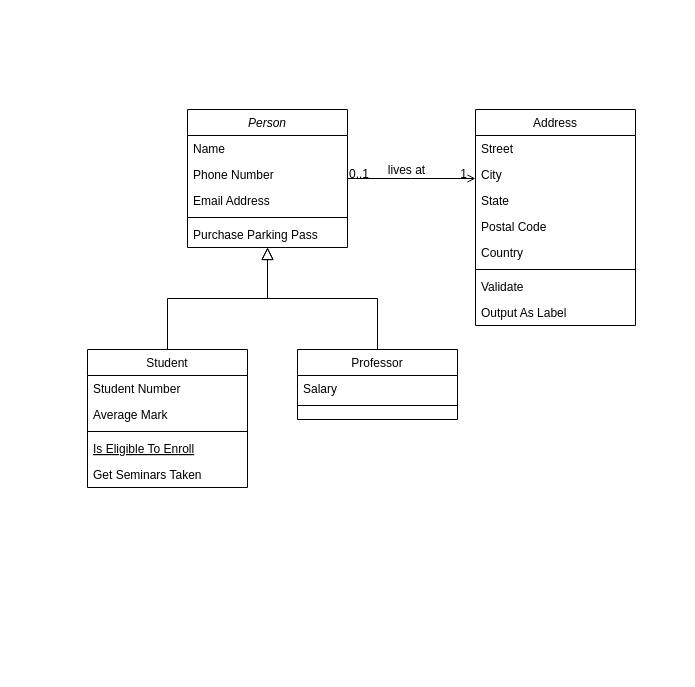
The draw.io diagram door.drawio in Plnkter/useless-bot, before the edit. Source tidied: cells renumbered, new cells numbered last; positions are measured from the earlier drawing's top-left corner, leaving out a move shared by most shapes. Both pictures are drawn from the tidied source at 100%, with x=0, y=0 at pixel (87, 109).
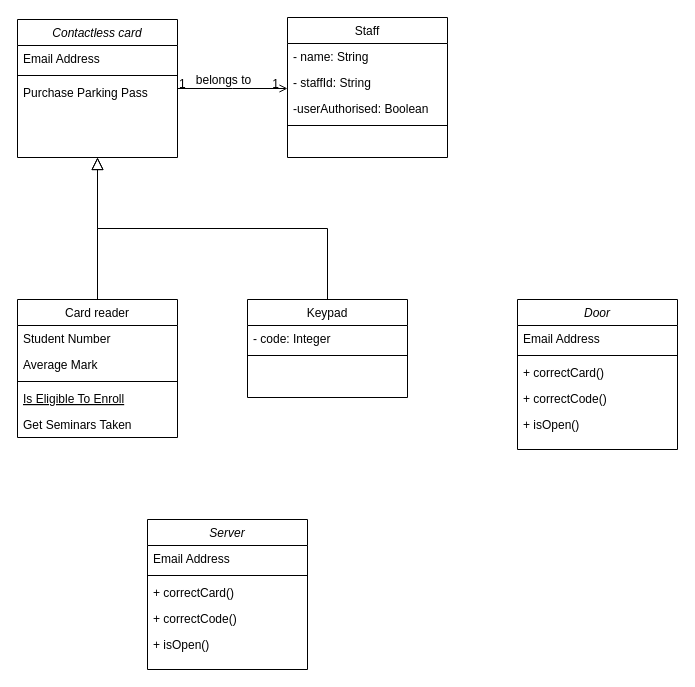
The same diagram, later.

Unchanged cells that the change refers to:
```xml
<mxCell id="28" style="endArrow=open;shadow=0;strokeWidth=1;rounded=0;endFill=1;edgeStyle=elbowEdgeStyle;elbow=vertical;" parent="1" edge="1" source="2" target="19">
  <mxGeometry x="0.5" y="41" relative="1" as="geometry">
    <mxPoint x="-40" y="32" as="offset" />
  </mxGeometry>
</mxCell>
```

What changed in the source:
```diff
@@
-    <mxCell id="2" value="Person" style="swimlane;fontStyle=2;align=center;verticalAlign=top;horizontal=1;startSize=26;rounded=0;shadow=0;strokeWidth=1;" parent="1" vertex="1">
-      <mxGeometry x="100" width="160" height="138" as="geometry" />
+    <mxCell id="2" value="Contactless card" style="swimlane;fontStyle=2;align=center;verticalAlign=top;horizontal=1;startSize=26;rounded=0;shadow=0;strokeWidth=1;" parent="1" vertex="1">
+      <mxGeometry x="-70" y="-90" width="160" height="138" as="geometry" />
     </mxCell>
-    <mxCell id="3" value="Name" style="text;align=left;verticalAlign=top;spacingLeft=4;spacingRight=4;overflow=hidden;" parent="2" vertex="1">
-      <mxGeometry y="26" width="160" height="26" as="geometry" />
-    </mxCell>
-    <mxCell id="4" value="Phone Number" style="text;align=left;verticalAlign=top;spacingLeft=4;spacingRight=4;overflow=hidden;rounded=0;shadow=0;html=0;" parent="2" vertex="1">
-      <mxGeometry y="52" width="160" height="26" as="geometry" />
-    </mxCell>
     <mxCell id="5" value="Email Address" style="text;align=left;verticalAlign=top;spacingLeft=4;spacingRight=4;overflow=hidden;rounded=0;shadow=0;html=0;" parent="2" vertex="1">
-      <mxGeometry y="78" width="160" height="26" as="geometry" />
+      <mxGeometry y="26" width="160" height="26" as="geometry" />
     </mxCell>
     <mxCell id="6" style="line;html=1;strokeWidth=1;align=left;verticalAlign=middle;spacingTop=-1;spacingLeft=3;spacingRight=3;labelPosition=right;" parent="2" vertex="1">
-      <mxGeometry y="104" width="160" height="8" as="geometry" />
+      <mxGeometry y="52" width="160" height="8" as="geometry" />
     </mxCell>
     <mxCell id="7" value="Purchase Parking Pass" style="text;align=left;verticalAlign=top;spacingLeft=4;spacingRight=4;overflow=hidden;" parent="2" vertex="1">
-      <mxGeometry y="112" width="160" height="26" as="geometry" />
+      <mxGeometry y="60" width="160" height="26" as="geometry" />
     </mxCell>
-    <mxCell id="8" value="Student" style="swimlane;fontStyle=0;align=center;verticalAlign=top;horizontal=1;startSize=26;rounded=0;shadow=0;strokeWidth=1;" parent="1" vertex="1">
-      <mxGeometry y="240" width="160" height="138" as="geometry" />
+    <mxCell id="8" value="Card reader" style="swimlane;fontStyle=0;align=center;verticalAlign=top;horizontal=1;startSize=26;rounded=0;shadow=0;strokeWidth=1;" parent="1" vertex="1">
+      <mxGeometry x="-70" y="190" width="160" height="138" as="geometry" />
     </mxCell>
@@
-    <mxCell id="15" value="Professor" style="swimlane;fontStyle=0;align=center;verticalAlign=top;horizontal=1;startSize=26;rounded=0;shadow=0;strokeWidth=1;" parent="1" vertex="1">
-      <mxGeometry x="210" y="240" width="160" height="70" as="geometry" />
+    <mxCell id="15" value="Keypad" style="swimlane;fontStyle=0;align=center;verticalAlign=top;horizontal=1;startSize=26;rounded=0;shadow=0;strokeWidth=1;" parent="1" vertex="1">
+      <mxGeometry x="160" y="190" width="160" height="98" as="geometry" />
     </mxCell>
-    <mxCell id="16" value="Salary" style="text;align=left;verticalAlign=top;spacingLeft=4;spacingRight=4;overflow=hidden;" parent="15" vertex="1">
+    <mxCell id="16" value="- code: Integer" style="text;align=left;verticalAlign=top;spacingLeft=4;spacingRight=4;overflow=hidden;" parent="15" vertex="1">
       <mxGeometry y="26" width="160" height="26" as="geometry" />
     </mxCell>
@@
-    <mxCell id="19" value="Address" style="swimlane;fontStyle=0;align=center;verticalAlign=top;horizontal=1;startSize=26;rounded=0;shadow=0;strokeWidth=1;" parent="1" vertex="1">
-      <mxGeometry x="388" width="160" height="216" as="geometry" />
+    <mxCell id="19" value="Staff" style="swimlane;fontStyle=0;align=center;verticalAlign=top;horizontal=1;startSize=26;rounded=0;shadow=0;strokeWidth=1;" parent="1" vertex="1">
+      <mxGeometry x="200" y="-92" width="160" height="140" as="geometry" />
     </mxCell>
-    <mxCell id="20" value="Street" style="text;align=left;verticalAlign=top;spacingLeft=4;spacingRight=4;overflow=hidden;" parent="19" vertex="1">
+    <mxCell id="20" value="- name: String" style="text;align=left;verticalAlign=top;spacingLeft=4;spacingRight=4;overflow=hidden;" parent="19" vertex="1">
       <mxGeometry y="26" width="160" height="26" as="geometry" />
     </mxCell>
-    <mxCell id="21" value="City" style="text;align=left;verticalAlign=top;spacingLeft=4;spacingRight=4;overflow=hidden;rounded=0;shadow=0;html=0;" parent="19" vertex="1">
+    <mxCell id="21" value="- staffId: String" style="text;align=left;verticalAlign=top;spacingLeft=4;spacingRight=4;overflow=hidden;rounded=0;shadow=0;html=0;" parent="19" vertex="1">
       <mxGeometry y="52" width="160" height="26" as="geometry" />
     </mxCell>
-    <mxCell id="22" value="State" style="text;align=left;verticalAlign=top;spacingLeft=4;spacingRight=4;overflow=hidden;rounded=0;shadow=0;html=0;" parent="19" vertex="1">
+    <mxCell id="22" value="-userAuthorised: Boolean" style="text;align=left;verticalAlign=top;spacingLeft=4;spacingRight=4;overflow=hidden;rounded=0;shadow=0;html=0;" parent="19" vertex="1">
       <mxGeometry y="78" width="160" height="26" as="geometry" />
     </mxCell>
-    <mxCell id="23" value="Postal Code" style="text;align=left;verticalAlign=top;spacingLeft=4;spacingRight=4;overflow=hidden;rounded=0;shadow=0;html=0;" parent="19" vertex="1">
-      <mxGeometry y="104" width="160" height="26" as="geometry" />
-    </mxCell>
-    <mxCell id="24" value="Country" style="text;align=left;verticalAlign=top;spacingLeft=4;spacingRight=4;overflow=hidden;rounded=0;shadow=0;html=0;" parent="19" vertex="1">
-      <mxGeometry y="130" width="160" height="26" as="geometry" />
-    </mxCell>
     <mxCell id="25" style="line;html=1;strokeWidth=1;align=left;verticalAlign=middle;spacingTop=-1;spacingLeft=3;spacingRight=3;labelPosition=right;" parent="19" vertex="1">
-      <mxGeometry y="156" width="160" height="8" as="geometry" />
+      <mxGeometry y="104" width="160" height="8" as="geometry" />
     </mxCell>
-    <mxCell id="26" value="Validate" style="text;align=left;verticalAlign=top;spacingLeft=4;spacingRight=4;overflow=hidden;" parent="19" vertex="1">
-      <mxGeometry y="164" width="160" height="26" as="geometry" />
-    </mxCell>
-    <mxCell id="27" value="Output As Label" style="text;align=left;verticalAlign=top;spacingLeft=4;spacingRight=4;overflow=hidden;" parent="19" vertex="1">
-      <mxGeometry y="190" width="160" height="26" as="geometry" />
-    </mxCell>
@@
-    <mxCell id="29" value="0..1" style="align=left;verticalAlign=bottom;labelBackgroundColor=none;fontSize=12;" parent="28" vertex="1">
+    <mxCell id="29" value="1" style="align=left;verticalAlign=bottom;labelBackgroundColor=none;fontSize=12;" parent="28" vertex="1">
       <mxGeometry x="-1" relative="1" as="geometry">
         <mxPoint y="4" as="offset" />
       </mxGeometry>
     </mxCell>
@@
-    <mxCell id="31" value="lives at" style="text;html=1;align=center;verticalAlign=middle;labelBackgroundColor=none;rounded=0;shadow=0;strokeWidth=1;fontSize=12;" parent="28" vertex="1">
+    <mxCell id="31" value="belongs to" style="text;html=1;align=center;verticalAlign=middle;labelBackgroundColor=none;rounded=0;shadow=0;strokeWidth=1;fontSize=12;" parent="28" vertex="1">
       <mxGeometry x="0.5" y="49" relative="1" as="geometry">
         <mxPoint x="-38" y="40" as="offset" />
       </mxGeometry>
     </mxCell>
+    <mxCell id="32" value="Door" style="swimlane;fontStyle=2;align=center;verticalAlign=top;horizontal=1;startSize=26;rounded=0;shadow=0;strokeWidth=1;" parent="1" vertex="1">
+      <mxGeometry x="430" y="190" width="160" height="150" as="geometry" />
+    </mxCell>
+    <mxCell id="33" value="Email Address" style="text;align=left;verticalAlign=top;spacingLeft=4;spacingRight=4;overflow=hidden;rounded=0;shadow=0;html=0;" parent="32" vertex="1">
+      <mxGeometry y="26" width="160" height="26" as="geometry" />
+    </mxCell>
+    <mxCell id="34" style="line;html=1;strokeWidth=1;align=left;verticalAlign=middle;spacingTop=-1;spacingLeft=3;spacingRight=3;labelPosition=right;" parent="32" vertex="1">
+      <mxGeometry y="52" width="160" height="8" as="geometry" />
+    </mxCell>
+    <mxCell id="35" value="+ correctCard()" style="text;align=left;verticalAlign=top;spacingLeft=4;spacingRight=4;overflow=hidden;" parent="32" vertex="1">
+      <mxGeometry y="60" width="160" height="26" as="geometry" />
+    </mxCell>
+    <mxCell id="36" value="+ correctCode()" style="text;align=left;verticalAlign=top;spacingLeft=4;spacingRight=4;overflow=hidden;" parent="32" vertex="1">
+      <mxGeometry y="86" width="160" height="26" as="geometry" />
+    </mxCell>
+    <mxCell id="37" value="+ isOpen()&#10;" style="text;align=left;verticalAlign=top;spacingLeft=4;spacingRight=4;overflow=hidden;" parent="32" vertex="1">
+      <mxGeometry y="112" width="160" height="26" as="geometry" />
+    </mxCell>
+    <mxCell id="38" value="Server" style="swimlane;fontStyle=2;align=center;verticalAlign=top;horizontal=1;startSize=26;rounded=0;shadow=0;strokeWidth=1;" parent="1" vertex="1">
+      <mxGeometry x="60" y="410" width="160" height="150" as="geometry" />
+    </mxCell>
+    <mxCell id="39" value="Email Address" style="text;align=left;verticalAlign=top;spacingLeft=4;spacingRight=4;overflow=hidden;rounded=0;shadow=0;html=0;" parent="38" vertex="1">
+      <mxGeometry y="26" width="160" height="26" as="geometry" />
+    </mxCell>
+    <mxCell id="40" style="line;html=1;strokeWidth=1;align=left;verticalAlign=middle;spacingTop=-1;spacingLeft=3;spacingRight=3;labelPosition=right;" parent="38" vertex="1">
+      <mxGeometry y="52" width="160" height="8" as="geometry" />
+    </mxCell>
+    <mxCell id="41" value="+ correctCard()" style="text;align=left;verticalAlign=top;spacingLeft=4;spacingRight=4;overflow=hidden;" parent="38" vertex="1">
+      <mxGeometry y="60" width="160" height="26" as="geometry" />
+    </mxCell>
+    <mxCell id="42" value="+ correctCode()" style="text;align=left;verticalAlign=top;spacingLeft=4;spacingRight=4;overflow=hidden;" parent="38" vertex="1">
+      <mxGeometry y="86" width="160" height="26" as="geometry" />
+    </mxCell>
+    <mxCell id="43" value="+ isOpen()&#10;" style="text;align=left;verticalAlign=top;spacingLeft=4;spacingRight=4;overflow=hidden;" parent="38" vertex="1">
+      <mxGeometry y="112" width="160" height="26" as="geometry" />
+    </mxCell>
```
